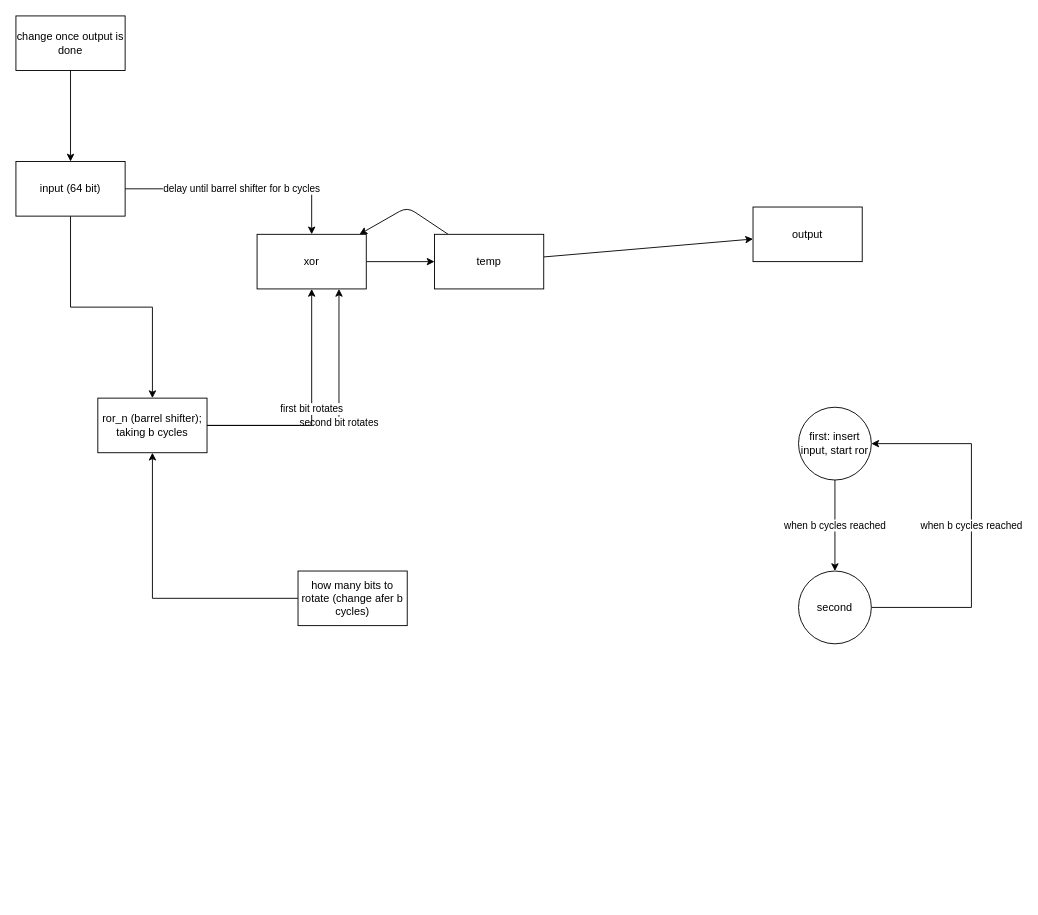
Above: crypto-chip/diffusion layer.drawio in Reconfigurable-Computing-CalPoly-Pomona/RECO_LWC_IP (draw.io), before the change. Source tidied: cells renumbered, new cells numbered last; positions are measured from the earlier drawing's top-left corner, leaving out a move shared by most shapes. Both pictures are drawn from the tidied source at 91%, with x=0, y=0 at pixel (15, 15).
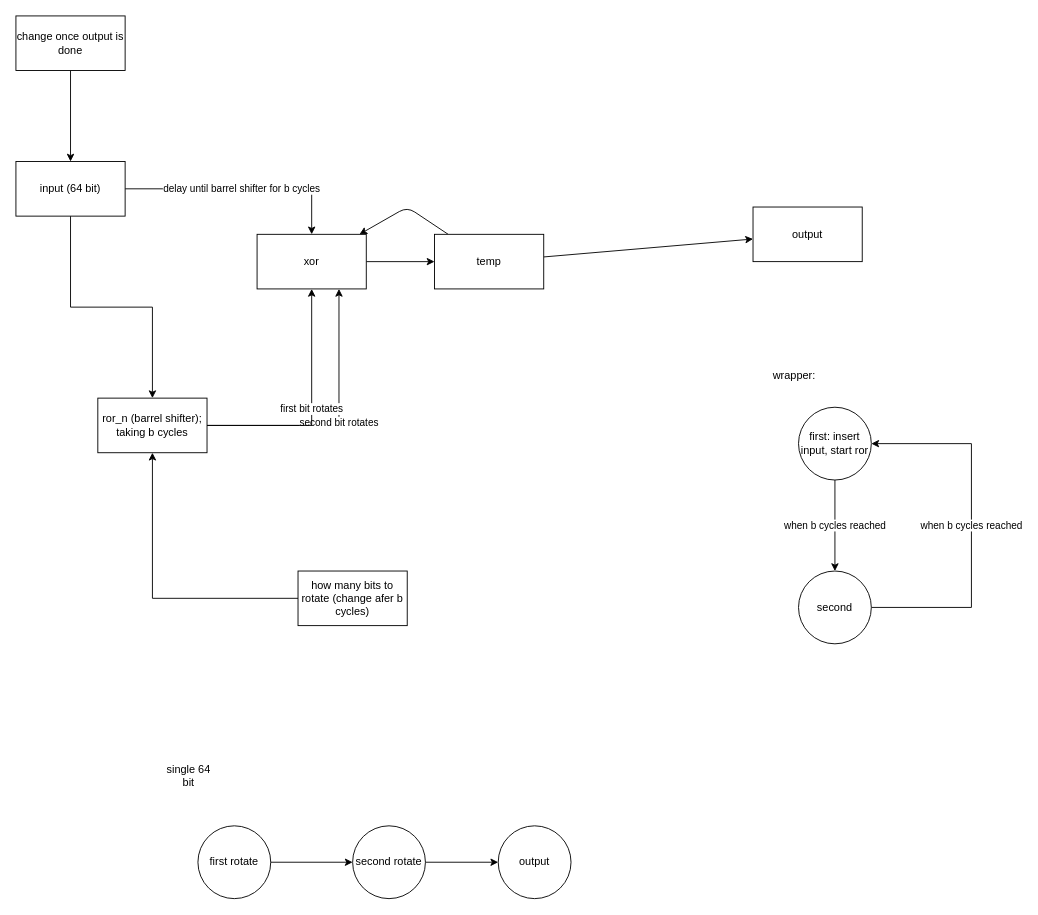
The same page after the edit.

Commit message (it also covers changes not shown here):
broken version of diffusion layer and tests for simple register assignment

Change to the diagram source:
```diff
@@
+    <mxCell id="22" style="edgeStyle=none;html=1;" parent="1" edge="1" source="23" target="27">
+      <mxGeometry relative="1" as="geometry" />
+    </mxCell>
+    <mxCell id="23" value="first rotate" style="ellipse;whiteSpace=wrap;html=1;" parent="1" vertex="1">
+      <mxGeometry x="200" y="890" width="80" height="80" as="geometry" />
+    </mxCell>
+    <mxCell id="24" value="wrapper:" style="text;html=1;align=center;verticalAlign=middle;strokeColor=none;fillColor=none;" parent="1" vertex="1">
+      <mxGeometry x="820" y="380" width="70" height="30" as="geometry" />
+    </mxCell>
+    <mxCell id="25" value="single 64 bit" style="text;html=1;strokeColor=none;fillColor=none;align=center;verticalAlign=middle;whiteSpace=wrap;rounded=0;" parent="1" vertex="1">
+      <mxGeometry x="160" y="820" width="60" height="30" as="geometry" />
+    </mxCell>
+    <mxCell id="26" style="edgeStyle=none;html=1;" parent="1" edge="1" source="27" target="28">
+      <mxGeometry relative="1" as="geometry" />
+    </mxCell>
+    <mxCell id="27" value="second rotate" style="ellipse;whiteSpace=wrap;html=1;" parent="1" vertex="1">
+      <mxGeometry x="370" y="890" width="80" height="80" as="geometry" />
+    </mxCell>
+    <mxCell id="28" value="output" style="ellipse;whiteSpace=wrap;html=1;" parent="1" vertex="1">
+      <mxGeometry x="530" y="890" width="80" height="80" as="geometry" />
+    </mxCell>
```
